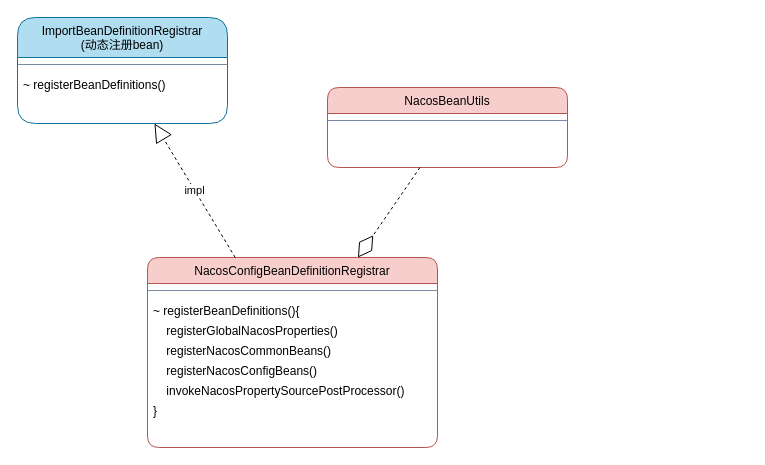
The draw.io diagram page "容器初始化梳理" (3 of 3) of diagrams.net/Nacos架构梳理.drawio in ZhengweiHou/simplegit, before the edit. Source tidied: cells renumbered, new cells numbered last; positions are measured from the earlier drawing's top-left corner, leaving out a move shared by most shapes. Both pictures are drawn from the tidied source at 100%, with x=0, y=0 at pixel (17, 17).
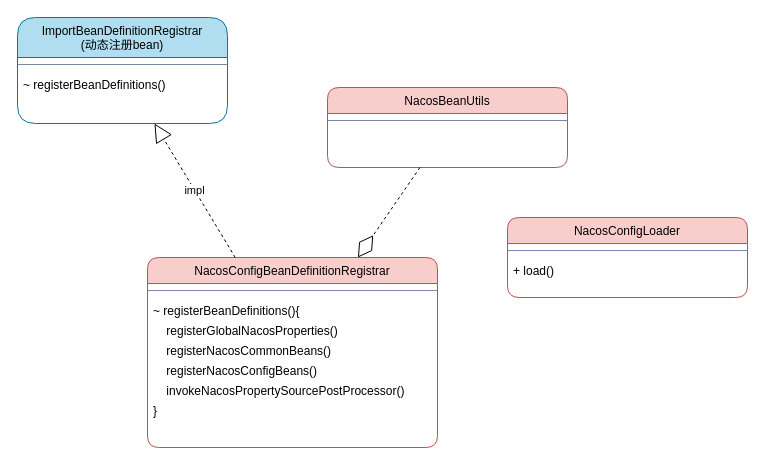
The same page after the edit.

Diff of the diagram source:
```diff
@@
 <mxGraphModel>
   <root>
     <mxCell id="0" />
     <mxCell id="1" parent="0" />
     <mxCell id="2" value="NacosBeanUtils" style="swimlane;fontStyle=0;align=center;verticalAlign=top;horizontal=1;startSize=26;shadow=0;strokeWidth=1;fillColor=#f8cecc;strokeColor=#b85450;fontFamily=Helvetica;rounded=1;sketch=0;" parent="1" vertex="1">
       <mxGeometry x="310" y="70" width="240" height="80" as="geometry" />
     </mxCell>
     <mxCell id="3" style="line;strokeWidth=1;fillColor=none;align=left;verticalAlign=middle;spacingTop=-1;spacingLeft=3;spacingRight=3;labelPosition=right;fontColor=#000000;fontFamily=Helvetica;strokeColor=#788AA3;rounded=1;sketch=0;fontStyle=0;" parent="2" vertex="1">
       <mxGeometry y="26" width="240" height="14" as="geometry" />
     </mxCell>
     <mxCell id="4" value="NacosConfigBeanDefinitionRegistrar" style="swimlane;fontStyle=0;align=center;verticalAlign=top;horizontal=1;startSize=26;shadow=0;strokeWidth=1;fillColor=#f8cecc;strokeColor=#b85450;fontFamily=Helvetica;rounded=1;sketch=0;" parent="1" vertex="1">
       <mxGeometry x="130" y="240" width="290" height="190" as="geometry" />
     </mxCell>
     <mxCell id="5" style="line;strokeWidth=1;fillColor=none;align=left;verticalAlign=middle;spacingTop=-1;spacingLeft=3;spacingRight=3;labelPosition=right;fontColor=#000000;fontFamily=Helvetica;strokeColor=#788AA3;rounded=1;sketch=0;fontStyle=0;" parent="4" vertex="1">
       <mxGeometry y="26" width="290" height="14" as="geometry" />
     </mxCell>
     <mxCell id="6" value="~ registerBeanDefinitions(){" style="text;strokeColor=none;fillColor=none;align=left;verticalAlign=top;spacingLeft=4;spacingRight=4;overflow=hidden;fontFamily=Helvetica;" parent="4" vertex="1">
       <mxGeometry y="40" width="290" height="20" as="geometry" />
     </mxCell>
     <mxCell id="7" value="    registerGlobalNacosProperties()" style="text;strokeColor=none;fillColor=none;align=left;verticalAlign=top;spacingLeft=4;spacingRight=4;overflow=hidden;fontFamily=Helvetica;" parent="4" vertex="1">
       <mxGeometry y="60" width="290" height="20" as="geometry" />
     </mxCell>
     <mxCell id="8" value="    registerNacosCommonBeans()" style="text;strokeColor=none;fillColor=none;align=left;verticalAlign=top;spacingLeft=4;spacingRight=4;overflow=hidden;fontFamily=Helvetica;" parent="4" vertex="1">
       <mxGeometry y="80" width="290" height="20" as="geometry" />
     </mxCell>
     <mxCell id="9" value="    registerNacosConfigBeans()" style="text;strokeColor=none;fillColor=none;align=left;verticalAlign=top;spacingLeft=4;spacingRight=4;overflow=hidden;fontFamily=Helvetica;" parent="4" vertex="1">
       <mxGeometry y="100" width="290" height="20" as="geometry" />
     </mxCell>
     <mxCell id="10" value="    invokeNacosPropertySourcePostProcessor()" style="text;strokeColor=none;fillColor=none;align=left;verticalAlign=top;spacingLeft=4;spacingRight=4;overflow=hidden;fontFamily=Helvetica;" parent="4" vertex="1">
       <mxGeometry y="120" width="290" height="20" as="geometry" />
     </mxCell>
     <mxCell id="11" value="}" style="text;strokeColor=none;fillColor=none;align=left;verticalAlign=top;spacingLeft=4;spacingRight=4;overflow=hidden;fontFamily=Helvetica;" parent="4" vertex="1">
       <mxGeometry y="140" width="290" height="20" as="geometry" />
     </mxCell>
     <mxCell id="12" style="endArrow=diamondThin;endFill=0;endSize=24;html=1;rounded=0;dashed=1;fontFamily=Helvetica;" parent="1" edge="1" source="2" target="4">
       <mxGeometry relative="1" as="geometry" />
     </mxCell>
     <mxCell id="13" value="ImportBeanDefinitionRegistrar&#10;(动态注册bean)" style="swimlane;fontStyle=0;align=center;verticalAlign=top;horizontal=1;startSize=40;shadow=0;strokeWidth=1;fillColor=#b1ddf0;strokeColor=#10739e;fontFamily=Helvetica;rounded=1;sketch=0;" parent="1" vertex="1">
       <mxGeometry width="210" height="106" as="geometry" />
     </mxCell>
     <mxCell id="14" style="line;strokeWidth=1;fillColor=none;align=left;verticalAlign=middle;spacingTop=-1;spacingLeft=3;spacingRight=3;labelPosition=right;fontColor=#000000;fontFamily=Helvetica;strokeColor=#788AA3;rounded=1;sketch=0;fontStyle=0;" parent="13" vertex="1">
       <mxGeometry y="40" width="210" height="14" as="geometry" />
     </mxCell>
     <mxCell id="15" value="~ registerBeanDefinitions()" style="text;strokeColor=none;fillColor=none;align=left;verticalAlign=top;spacingLeft=4;spacingRight=4;overflow=hidden;fontFamily=Helvetica;" parent="13" vertex="1">
       <mxGeometry y="54" width="210" height="26" as="geometry" />
     </mxCell>
     <mxCell id="16" value="impl" style="endArrow=block;endSize=16;endFill=0;html=1;rounded=0;dashed=1;fontFamily=Helvetica;" parent="1" edge="1" source="4" target="13">
       <mxGeometry relative="1" as="geometry" />
     </mxCell>
+    <mxCell id="17" value="NacosConfigLoader" style="swimlane;fontStyle=0;align=center;verticalAlign=top;horizontal=1;startSize=26;shadow=0;strokeWidth=1;fillColor=#f8cecc;strokeColor=#b85450;fontFamily=Helvetica;rounded=1;sketch=0;" parent="1" vertex="1">
+      <mxGeometry x="490" y="200" width="240" height="80" as="geometry" />
+    </mxCell>
+    <mxCell id="18" style="line;strokeWidth=1;fillColor=none;align=left;verticalAlign=middle;spacingTop=-1;spacingLeft=3;spacingRight=3;labelPosition=right;fontColor=#000000;fontFamily=Helvetica;strokeColor=#788AA3;rounded=1;sketch=0;fontStyle=0;" parent="17" vertex="1">
+      <mxGeometry y="26" width="240" height="14" as="geometry" />
+    </mxCell>
+    <mxCell id="19" value="+ load()" style="text;strokeColor=none;fillColor=none;align=left;verticalAlign=top;spacingLeft=4;spacingRight=4;overflow=hidden;fontFamily=Helvetica;" parent="17" vertex="1">
+      <mxGeometry y="40" width="240" height="26" as="geometry" />
+    </mxCell>
   </root>
 </mxGraphModel>
```
